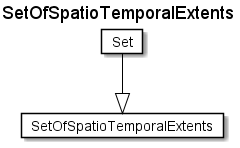
Above: fragments/diagrams/SetOfSpatioTemporalExtents.png in rtigran/rdf2adoc (PlantUML), before the change.
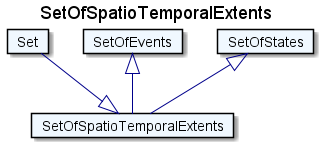
The same file after the commit.

Change to the diagram source:
```diff
@@ -1,11 +1,19 @@
 @startuml
 Title SetOfSpatioTemporalExtents
 
-Card SetOfSpatioTemporalExtents #fff [
+Card SetOfSpatioTemporalExtents #F0F8FF [
 SetOfSpatioTemporalExtents
 ]
-Card Set #fff [
+Card Set #F0F8FF [
 Set
 ]
-Set --|> SetOfSpatioTemporalExtents  #000
+Set --|> SetOfSpatioTemporalExtents  #00008B
+Card SetOfEvents #F0F8FF [
+SetOfEvents
+]
+SetOfEvents <|-- SetOfSpatioTemporalExtents  #00008B
+Card SetOfStates #F0F8FF [
+SetOfStates
+]
+SetOfStates <|-- SetOfSpatioTemporalExtents  #00008B
 @enduml
```
